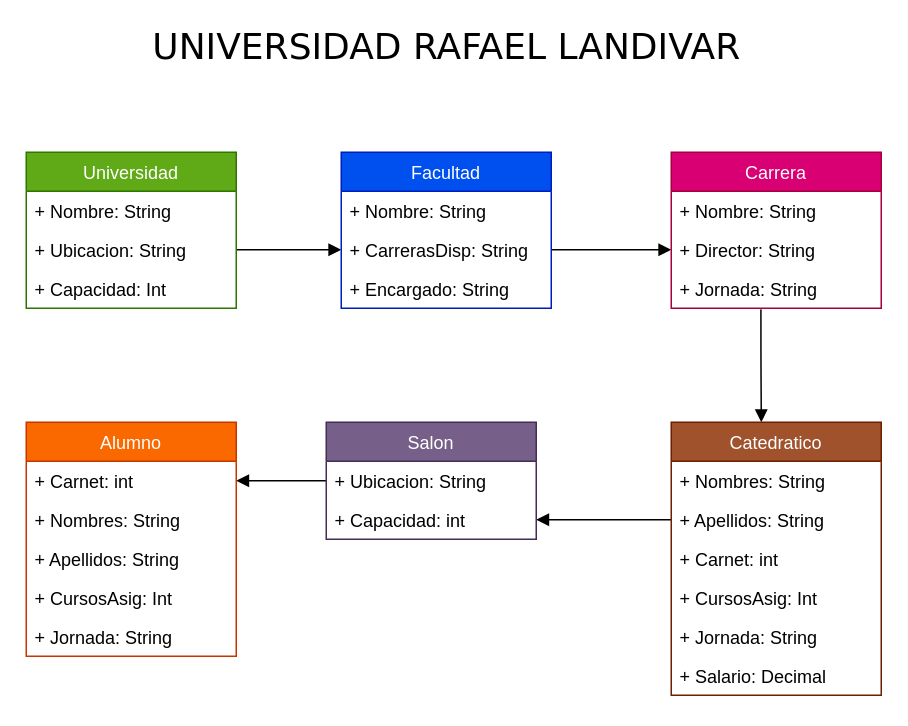
The draw.io diagram Solución/Serie II/Diagrama de clases.drawio in LesterAGarciaA97/Lab00_EDII, before the edit. Source tidied: cells renumbered, new cells numbered last; positions are measured from the earlier drawing's top-left corner, leaving out a move shared by most shapes. Both pictures are drawn from the tidied source at 150%, with x=0, y=0 at pixel (26, 32).
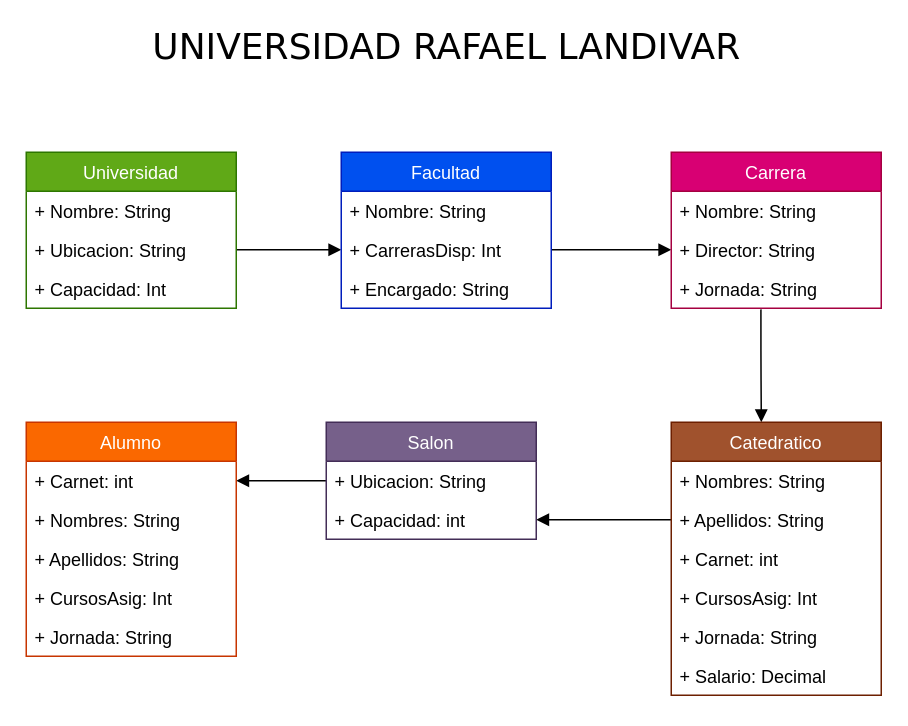
After the change.

The change refers to these unchanged cells:
```xml
<mxCell id="11" value="Facultad" style="swimlane;fontStyle=0;horizontal=1;startSize=26;fillColor=#0050ef;strokeColor=#001DBC;fontColor=#ffffff;" parent="1" vertex="1">
  <mxGeometry x="210" y="80" width="140" height="104" as="geometry" />
</mxCell>
```

The edit, as a diff of the source:
```diff
@@
-    <mxCell id="13" value="+ CarrerasDisp: String" style="text;strokeColor=none;fillColor=none;align=left;verticalAlign=top;spacingLeft=4;spacingRight=4;overflow=hidden;points=[[0,0.5],[1,0.5]];portConstraint=eastwest;" parent="11" vertex="1">
+    <mxCell id="13" value="+ CarrerasDisp: Int" style="text;strokeColor=none;fillColor=none;align=left;verticalAlign=top;spacingLeft=4;spacingRight=4;overflow=hidden;points=[[0,0.5],[1,0.5]];portConstraint=eastwest;" parent="11" vertex="1">
       <mxGeometry y="52" width="140" height="26" as="geometry" />
     </mxCell>
```
